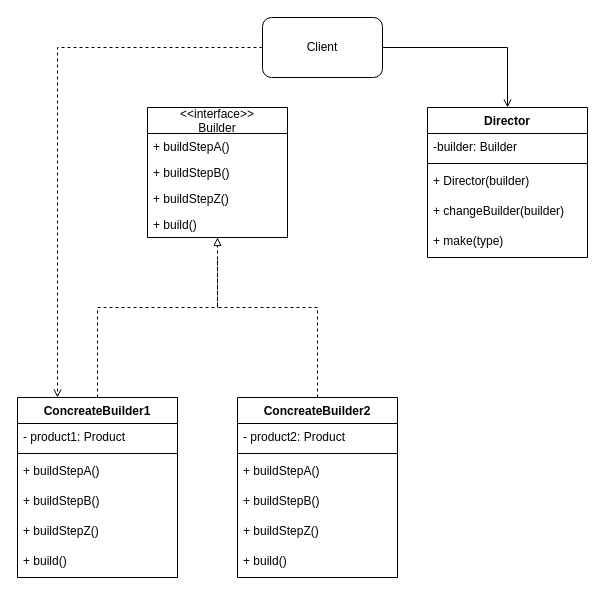
jack-zheng/uml keeps this draw.io diagram as Untitled Diagram.drawio. Above is the earlier version. Source tidied: cells renumbered, new cells numbered last; positions are measured from the earlier drawing's top-left corner, leaving out a move shared by most shapes. Both pictures are drawn from the tidied source at 100%, with x=0, y=0 at pixel (17, 17).
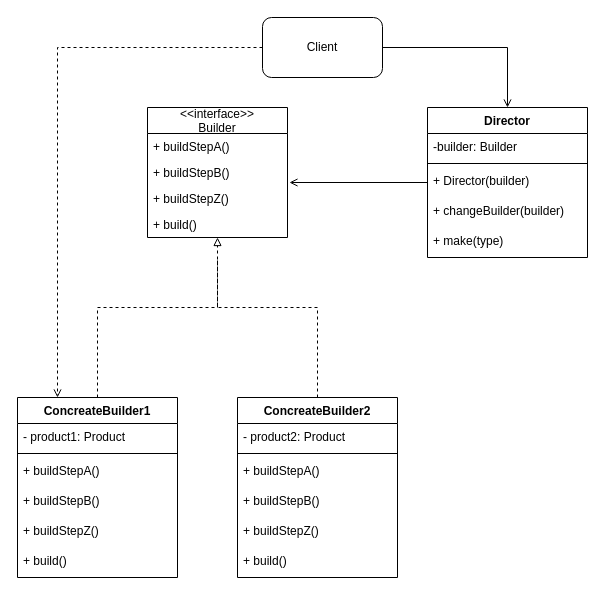
The same page after the edit.

The change refers to these unchanged cells:
```xml
<mxCell id="21" value="+ Director(builder)" style="text;strokeColor=none;fillColor=none;align=left;verticalAlign=top;spacingLeft=4;spacingRight=4;overflow=hidden;points=[[0,0.5],[1,0.5]];portConstraint=eastwest;" parent="18" vertex="1">
  <mxGeometry y="60" width="160" height="30" as="geometry" />
</mxCell>
<mxCell id="27" value="+ buildStepZ()" style="text;strokeColor=none;fillColor=none;align=left;verticalAlign=top;spacingLeft=4;spacingRight=4;overflow=hidden;points=[[0,0.5],[1,0.5]];portConstraint=eastwest;" parent="24" vertex="1">
  <mxGeometry y="78" width="140" height="26" as="geometry" />
</mxCell>
```

The edit, as a diff of the source:
```diff
@@
+    <mxCell id="32" style="edgeStyle=orthogonalEdgeStyle;rounded=0;jettySize=auto;html=1;exitX=0;exitY=0.5;exitDx=0;exitDy=0;entryX=1.014;entryY=-0.115;entryDx=0;entryDy=0;entryPerimeter=0;endArrow=open;endFill=0;" parent="1" edge="1" source="21" target="27">
+      <mxGeometry relative="1" as="geometry" />
+    </mxCell>
```
